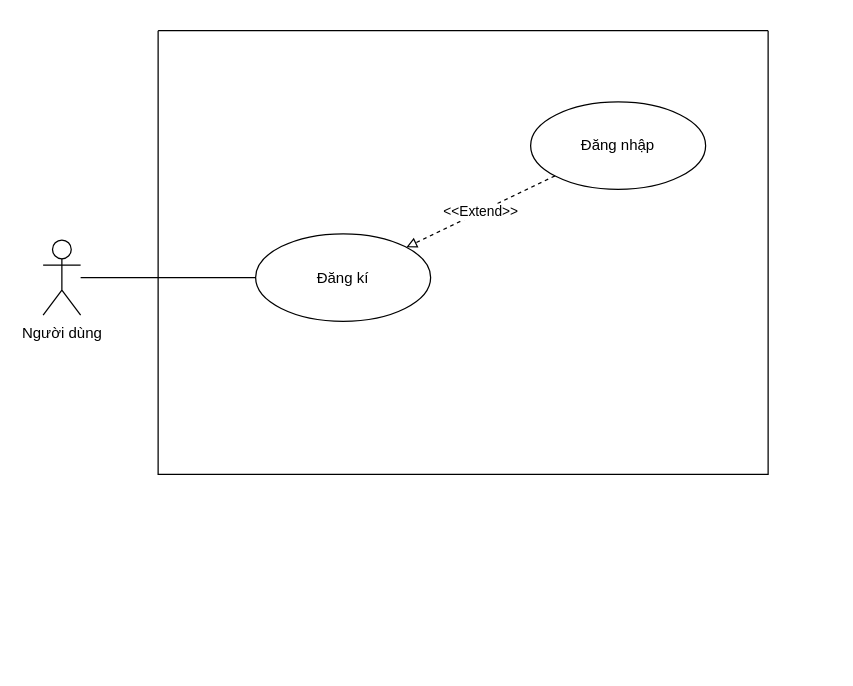
Before: Nam3_HK1/CNPM_SoftTech/Usecase Diagrams/UD_7_StatisticAndReport.drawio in EdgarIgnite16/SGU-Course, a draw.io diagram. Source tidied: cells renumbered, new cells numbered last; positions are measured from the earlier drawing's top-left corner, leaving out a move shared by most shapes. Both pictures are drawn from the tidied source at 125%, with x=0, y=0 at pixel (42, 30).
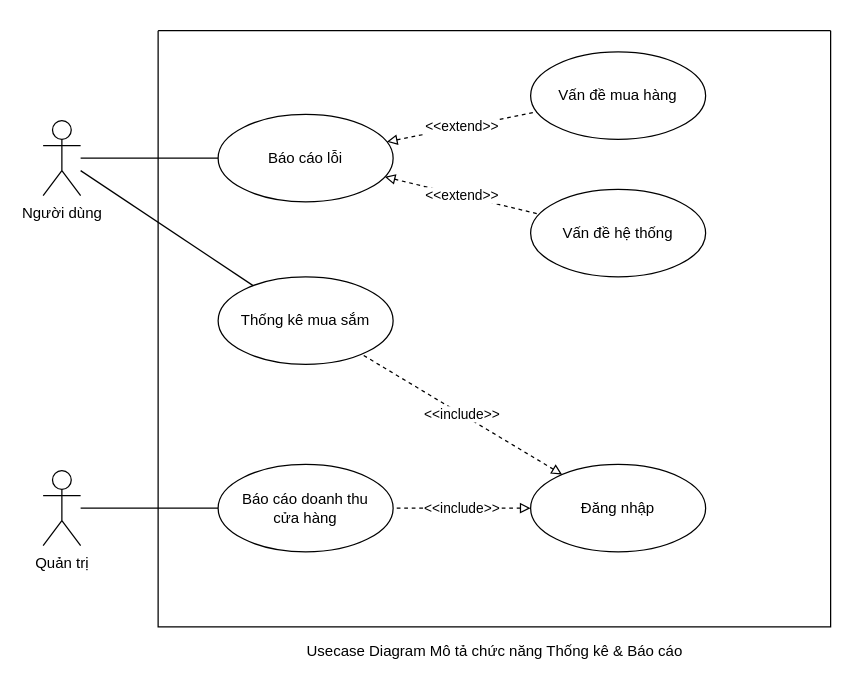
Above is the later version.

Change to the diagram source:
```diff
@@
 <mxGraphModel>
   <root>
     <mxCell id="0" />
     <mxCell id="1" parent="0" />
     <mxCell id="2" style="rounded=0;jettySize=auto;html=1;endArrow=none;endFill=0;" parent="1" edge="1" source="3" target="5">
       <mxGeometry relative="1" as="geometry" />
     </mxCell>
-    <mxCell id="3" value="Người dùng" style="shape=umlActor;verticalLabelPosition=bottom;verticalAlign=top;html=1;outlineConnect=0;" parent="1" vertex="1">
-      <mxGeometry y="167.5" width="30" height="60" as="geometry" />
+    <mxCell id="3" value="Quản trị" style="shape=umlActor;verticalLabelPosition=bottom;verticalAlign=top;html=1;outlineConnect=0;" parent="1" vertex="1">
+      <mxGeometry y="352" width="30" height="60" as="geometry" />
     </mxCell>
     <mxCell id="4" style="swimlane;startSize=0;" parent="1" vertex="1">
-      <mxGeometry x="92" width="488" height="355" as="geometry" />
+      <mxGeometry x="92" width="538" height="477" as="geometry" />
     </mxCell>
-    <mxCell id="5" value="Đăng kí" style="ellipse;whiteSpace=wrap;html=1;" parent="4" vertex="1">
-      <mxGeometry x="78" y="162.5" width="140" height="70" as="geometry" />
+    <mxCell id="5" value="Báo cáo doanh thu&lt;br&gt;cửa hàng&lt;br&gt;" style="ellipse;whiteSpace=wrap;html=1;" parent="4" vertex="1">
+      <mxGeometry x="48" y="347" width="140" height="70" as="geometry" />
     </mxCell>
-    <mxCell id="6" value="&amp;lt;&amp;lt;Extend&amp;gt;&amp;gt;" style="jettySize=auto;html=1;strokeColor=default;rounded=0;dashed=1;endArrow=block;endFill=0;" parent="4" edge="1" source="7" target="5">
+    <mxCell id="6" value="&amp;lt;&amp;lt;include&amp;gt;&amp;gt;" style="jettySize=auto;html=1;strokeColor=default;rounded=0;dashed=1;endArrow=none;endFill=0;startArrow=block;startFill=0;" parent="4" edge="1" source="7" target="5">
       <mxGeometry relative="1" as="geometry" />
     </mxCell>
     <mxCell id="7" value="Đăng nhập" style="ellipse;whiteSpace=wrap;html=1;" parent="4" vertex="1">
-      <mxGeometry x="298" y="57" width="140" height="70" as="geometry" />
+      <mxGeometry x="298" y="347" width="140" height="70" as="geometry" />
     </mxCell>
+    <mxCell id="9" value="Người dùng" style="shape=umlActor;verticalLabelPosition=bottom;verticalAlign=top;html=1;outlineConnect=0;" parent="4" vertex="1">
+      <mxGeometry x="-92" y="72" width="30" height="60" as="geometry" />
+    </mxCell>
+    <mxCell id="10" value="Báo cáo lỗi" style="ellipse;whiteSpace=wrap;html=1;" parent="4" vertex="1">
+      <mxGeometry x="48" y="67" width="140" height="70" as="geometry" />
+    </mxCell>
+    <mxCell id="11" style="rounded=0;jettySize=auto;html=1;endArrow=none;endFill=0;" parent="4" edge="1" source="9" target="10">
+      <mxGeometry relative="1" as="geometry" />
+    </mxCell>
+    <mxCell id="12" value="Vấn đề mua hàng" style="ellipse;whiteSpace=wrap;html=1;" parent="4" vertex="1">
+      <mxGeometry x="298" y="17" width="140" height="70" as="geometry" />
+    </mxCell>
+    <mxCell id="13" value="Vấn đề hệ thống" style="ellipse;whiteSpace=wrap;html=1;" parent="4" vertex="1">
+      <mxGeometry x="298" y="127" width="140" height="70" as="geometry" />
+    </mxCell>
+    <mxCell id="14" value="&amp;lt;&amp;lt;extend&amp;gt;&amp;gt;" style="jettySize=auto;html=1;strokeColor=default;rounded=0;dashed=1;endArrow=none;endFill=0;startArrow=block;startFill=0;" parent="4" edge="1" source="10" target="12">
+      <mxGeometry relative="1" as="geometry" />
+    </mxCell>
+    <mxCell id="15" value="&amp;lt;&amp;lt;extend&amp;gt;&amp;gt;" style="jettySize=auto;html=1;strokeColor=default;rounded=0;dashed=1;endArrow=none;endFill=0;startArrow=block;startFill=0;" parent="4" edge="1" source="10" target="13">
+      <mxGeometry relative="1" as="geometry" />
+    </mxCell>
+    <mxCell id="16" value="Thống kê mua sắm" style="ellipse;whiteSpace=wrap;html=1;" parent="4" vertex="1">
+      <mxGeometry x="48" y="197" width="140" height="70" as="geometry" />
+    </mxCell>
+    <mxCell id="17" style="rounded=0;jettySize=auto;html=1;endArrow=none;endFill=0;" parent="4" edge="1" source="9" target="16">
+      <mxGeometry relative="1" as="geometry" />
+    </mxCell>
+    <mxCell id="18" value="&amp;lt;&amp;lt;include&amp;gt;&amp;gt;" style="jettySize=auto;html=1;strokeColor=default;rounded=0;dashed=1;endArrow=none;endFill=0;startArrow=block;startFill=0;" parent="4" edge="1" source="7" target="16">
+      <mxGeometry relative="1" as="geometry" />
+    </mxCell>
     <mxCell id="8" style="edgeStyle=none;rounded=0;orthogonalLoop=1;jettySize=auto;html=1;exitX=0.5;exitY=0;exitDx=0;exitDy=0;dashed=1;strokeColor=default;" parent="1" edge="1" source="4" target="4">
       <mxGeometry relative="1" as="geometry" />
     </mxCell>
+    <mxCell id="19" value="Usecase Diagram Mô tả chức năng Thống kê &amp;amp; Báo cáo" style="text;html=1;align=center;verticalAlign=middle;strokeColor=none;fillColor=none;" parent="1" vertex="1">
+      <mxGeometry x="201" y="487" width="320" height="20" as="geometry" />
+    </mxCell>
   </root>
 </mxGraphModel>
```
